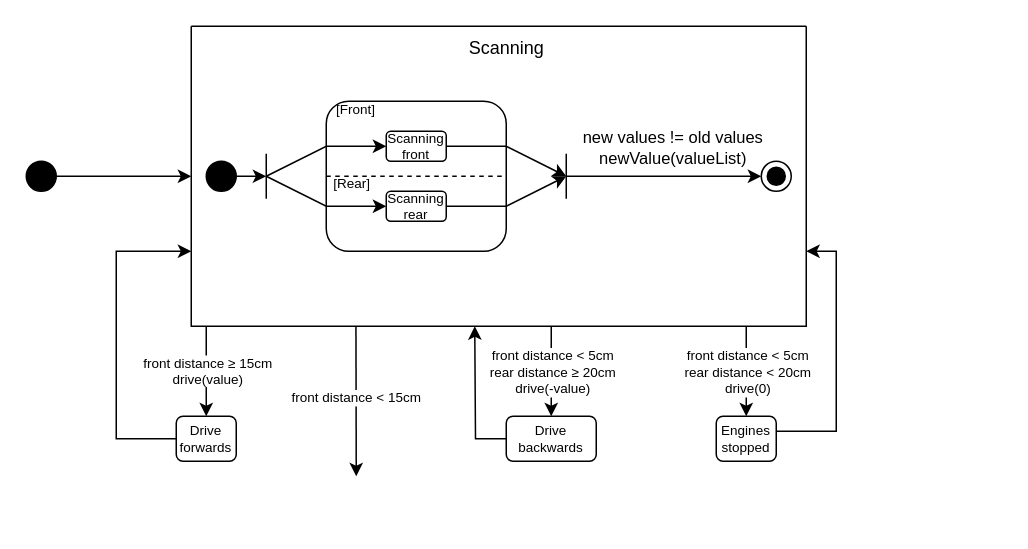
Before: NS-Statechart.drawio in 3dAttempt/Controller, a draw.io diagram. Source tidied: cells renumbered, new cells numbered last; positions are measured from the earlier drawing's top-left corner, leaving out a move shared by most shapes. Both pictures are drawn from the tidied source at 150%, with x=0, y=0 at pixel (26, 26).
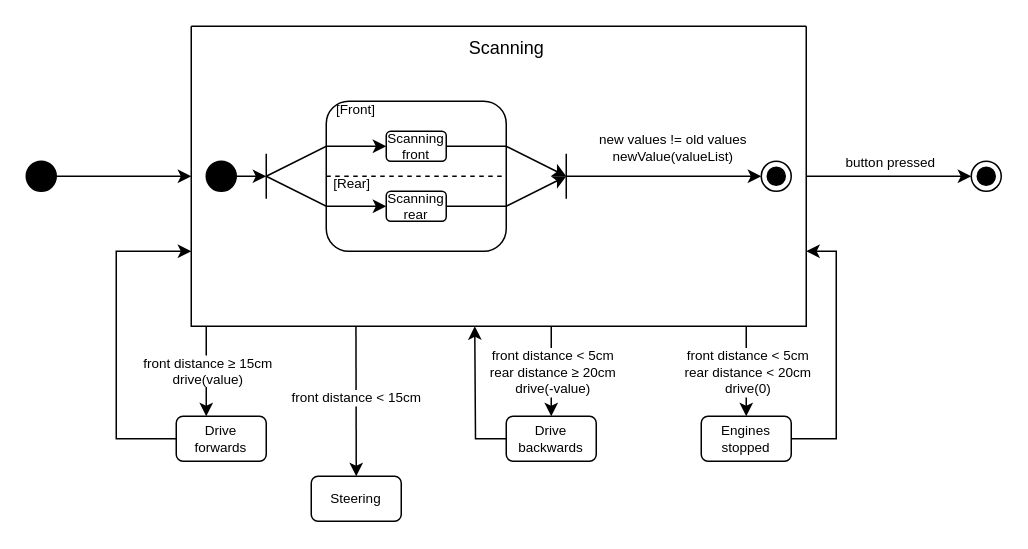
Above is the later version.

The change refers to these unchanged cells:
```xml
<mxCell id="4" style="swimlane;startSize=0;rounded=1;swimlaneLine=1;arcSize=26;" parent="1" vertex="1">
  <mxGeometry x="110" width="410" height="200" as="geometry" />
</mxCell>
<mxCell id="15" style="endArrow=classic;html=1;rounded=0;fontSize=9;entryX=0;entryY=0.5;entryDx=0;entryDy=0;" parent="4" edge="1" target="17">
  <mxGeometry relative="1" as="geometry">
    <mxPoint x="250" y="100" as="sourcePoint" />
  </mxGeometry>
</mxCell>
```

Change to the diagram source:
```diff
@@
+    <mxCell id="37" style="edgeStyle=orthogonalEdgeStyle;rounded=0;jettySize=auto;html=1;entryX=0;entryY=0.5;entryDx=0;entryDy=0;fontSize=9;" parent="1" edge="1" source="4" target="40">
+      <mxGeometry relative="1" as="geometry" />
+    </mxCell>
+    <mxCell id="38" value="button pressed" style="edgeLabel;html=1;align=center;verticalAlign=middle;fontSize=9;" parent="37" vertex="1">
+      <mxGeometry x="-0.2" y="1" relative="1" as="geometry">
+        <mxPoint x="11" y="-9" as="offset" />
+      </mxGeometry>
+    </mxCell>
@@
-    <mxCell id="16" value="&lt;div&gt;new values != old values&lt;/div&gt;&lt;div&gt;newValue(valueList)&lt;br&gt;&lt;/div&gt;" style="edgeLabel;html=1;align=center;verticalAlign=middle;" parent="15" vertex="1">
+    <mxCell id="16" value="&lt;div style=&quot;font-size: 9px;&quot;&gt;&lt;font style=&quot;font-size: 9px;&quot;&gt;new values != old values&lt;/font&gt;&lt;/div&gt;&lt;div style=&quot;font-size: 9px;&quot;&gt;&lt;font style=&quot;font-size: 9px;&quot;&gt;newValue(valueList)&lt;/font&gt;&lt;br&gt;&lt;/div&gt;" style="edgeLabel;html=1;align=center;verticalAlign=middle;" parent="15" vertex="1">
       <mxGeometry x="-0.18" y="2" relative="1" as="geometry">
         <mxPoint x="17" y="-18" as="offset" />
       </mxGeometry>
     </mxCell>
@@
-    <mxCell id="26" value="Drive forwards" style="rounded=1;whiteSpace=wrap;html=1;fontSize=9;" parent="1" vertex="1">
-      <mxGeometry x="100" y="260" width="40" height="30" as="geometry" />
+    <mxCell id="26" value="&lt;div&gt;Drive&lt;/div&gt;&lt;div&gt;forwards&lt;/div&gt;" style="rounded=1;whiteSpace=wrap;html=1;fontSize=9;" parent="1" vertex="1">
+      <mxGeometry x="100" y="260" width="60" height="30" as="geometry" />
     </mxCell>
@@
     <mxCell id="35" style="edgeStyle=orthogonalEdgeStyle;rounded=0;jettySize=auto;html=1;entryX=1;entryY=0.75;entryDx=0;entryDy=0;fontSize=9;" parent="1" edge="1" source="36" target="4">
       <mxGeometry relative="1" as="geometry">
         <Array as="points">
-          <mxPoint x="540" y="270" />
+          <mxPoint x="540" y="275" />
           <mxPoint x="540" y="150" />
         </Array>
       </mxGeometry>
     </mxCell>
     <mxCell id="36" value="Engines stopped" style="rounded=1;whiteSpace=wrap;html=1;fontSize=9;" parent="1" vertex="1">
-      <mxGeometry x="460" y="260" width="40" height="30" as="geometry" />
+      <mxGeometry x="450" y="260" width="60" height="30" as="geometry" />
     </mxCell>
+    <mxCell id="39" value="&lt;p style=&quot;line-height: 150%; font-size: 9px;&quot;&gt;&lt;font style=&quot;font-size: 9px;&quot;&gt;Steering&lt;/font&gt;&lt;/p&gt;" style="rounded=1;whiteSpace=wrap;html=1;fontSize=6;" parent="1" vertex="1">
+      <mxGeometry x="190" y="300" width="60" height="30" as="geometry" />
+    </mxCell>
+    <mxCell id="40" style="ellipse;html=1;shape=endState;fillColor=strokeColor;fontSize=9;" parent="1" vertex="1">
+      <mxGeometry x="630" y="90" width="20" height="20" as="geometry" />
+    </mxCell>
```
